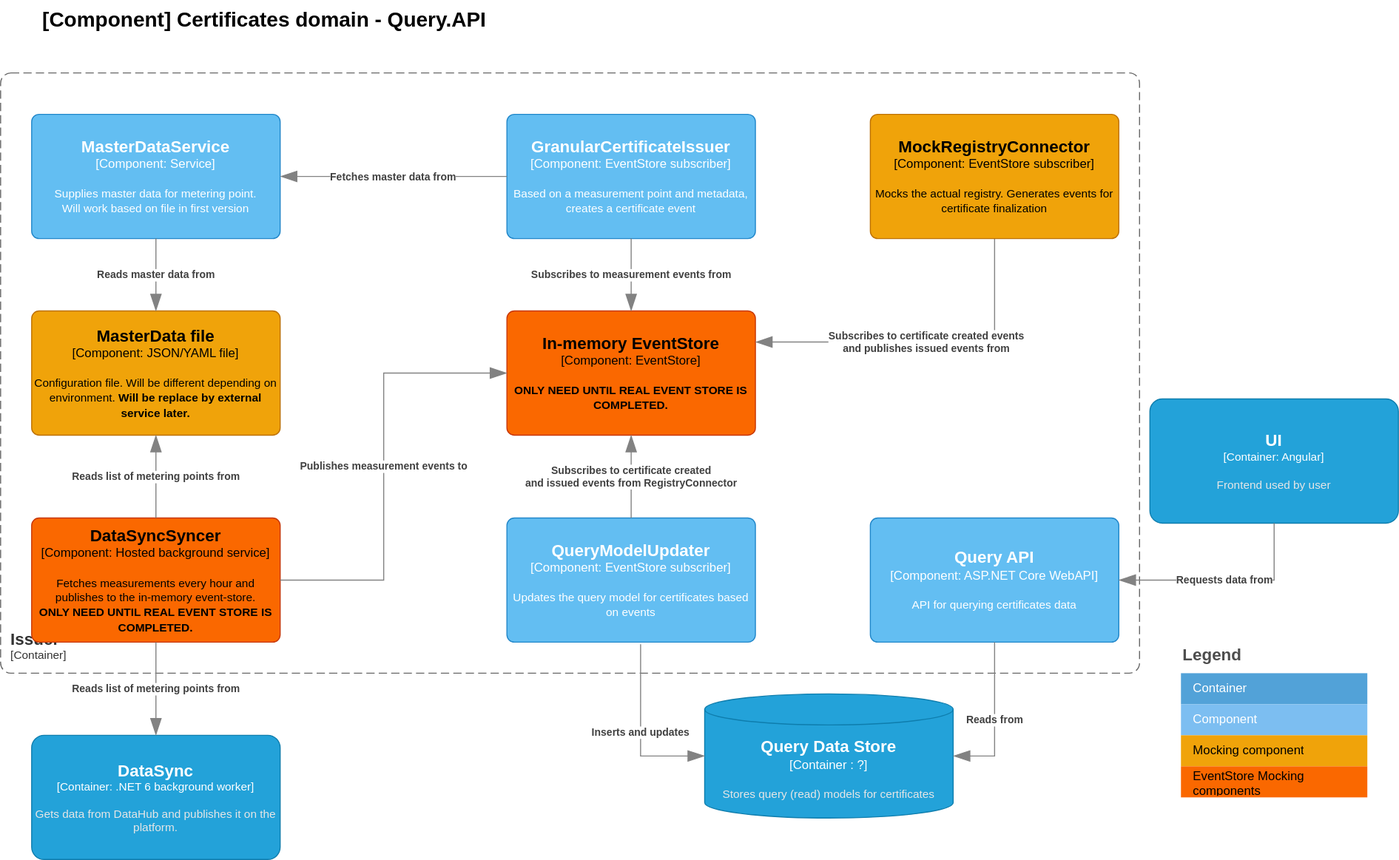
The draw.io diagram doc/architecture/diagrams/certificates.current.component.query.api.drawio.svg in Energinet-DataHub/energy-origin, before a commit. Source tidied: cells renumbered, new cells last; positions are measured from the earlier drawing's top-left corner, leaving out a move shared by most shapes.
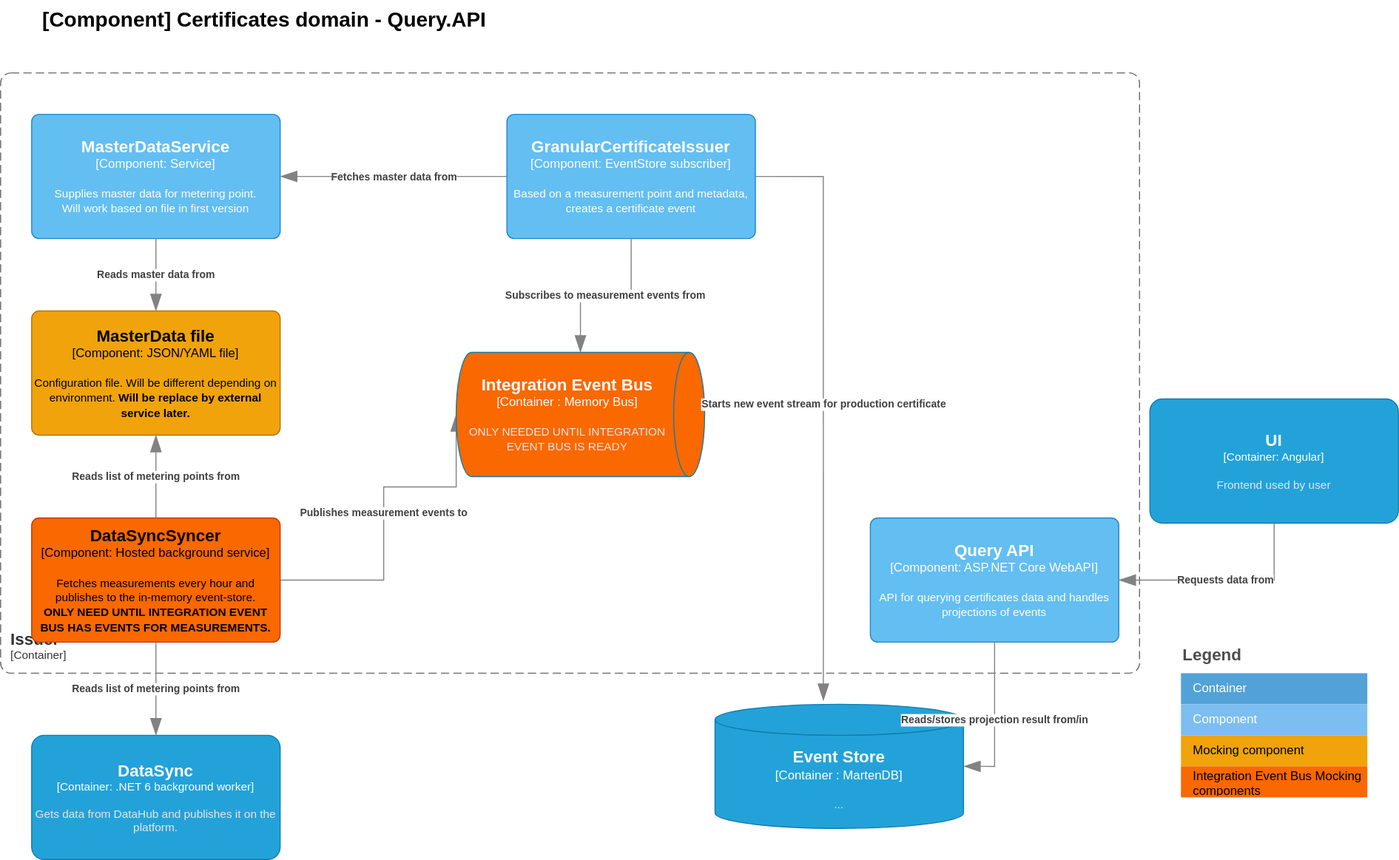
The same diagram one commit later.

Diff of the diagram source:
```diff
@@ -7,7 +7,7 @@
         <mxGeometry y="70" width="1100" height="580" as="geometry" />
       </mxCell>
     </object>
-    <object id="3" label="&lt;font style=&quot;font-size: 16px&quot;&gt;&lt;b&gt;%c4Name%&lt;/b&gt;&lt;/font&gt;&lt;div&gt;[%c4Type%: %c4Technology%]&lt;/div&gt;&lt;br&gt;&lt;div&gt;&lt;font style=&quot;font-size: 11px&quot;&gt;%c4Description%&lt;/font&gt;&lt;/div&gt;" c4Description="Fetches measurements every hour and publishes to the in-memory event-store.&#10;&lt;b&gt;ONLY NEED UNTIL REAL EVENT STORE IS COMPLETED. &lt;/b&gt;" c4Name="DataSyncSyncer" c4Technology="Hosted background service" c4Type="Component" placeholders="1">
+    <object id="3" label="&lt;font style=&quot;font-size: 16px&quot;&gt;&lt;b&gt;%c4Name%&lt;/b&gt;&lt;/font&gt;&lt;div&gt;[%c4Type%: %c4Technology%]&lt;/div&gt;&lt;br&gt;&lt;div&gt;&lt;font style=&quot;font-size: 11px&quot;&gt;%c4Description%&lt;/font&gt;&lt;/div&gt;" c4Description="Fetches measurements every hour and publishes to the in-memory event-store.&#10;&lt;b&gt;ONLY NEED UNTIL INTEGRATION EVENT BUS HAS EVENTS FOR MEASUREMENTS.&lt;/b&gt;" c4Name="DataSyncSyncer" c4Technology="Hosted background service" c4Type="Component" placeholders="1">
       <mxCell style="rounded=1;whiteSpace=wrap;html=1;labelBackgroundColor=none;fillColor=#fa6800;align=center;arcSize=6;strokeColor=#C73500;points=[[0.25,0,0],[0.5,0,0],[0.75,0,0],[1,0.25,0],[1,0.5,0],[1,0.75,0],[0.75,1,0],[0.5,1,0],[0.25,1,0],[0,0.75,0],[0,0.5,0],[0,0.25,0]];fontColor=#000000;" parent="1" vertex="1">
         <mxGeometry x="30" y="500" width="240" height="120" as="geometry" />
       </mxCell>
@@ -17,19 +17,9 @@
         <mxGeometry x="489" y="110" width="240" height="120" as="geometry" />
       </mxCell>
     </object>
-    <object id="5" label="&lt;font style=&quot;font-size: 16px&quot;&gt;&lt;b&gt;%c4Name%&lt;/b&gt;&lt;/font&gt;&lt;div&gt;[%c4Type%: %c4Technology%]&lt;/div&gt;&lt;br&gt;&lt;div&gt;&lt;font style=&quot;font-size: 11px&quot;&gt;%c4Description%&lt;/font&gt;&lt;/div&gt;" c4Description="&lt;b&gt;ONLY NEED UNTIL REAL EVENT STORE IS COMPLETED. &lt;/b&gt;" c4Name="In-memory EventStore" c4Technology="EventStore" c4Type="Component" placeholders="1">
-      <mxCell style="rounded=1;whiteSpace=wrap;html=1;labelBackgroundColor=none;fillColor=#fa6800;align=center;arcSize=6;strokeColor=#C73500;points=[[0.25,0,0],[0.5,0,0],[0.75,0,0],[1,0.25,0],[1,0.5,0],[1,0.75,0],[0.75,1,0],[0.5,1,0],[0.25,1,0],[0,0.75,0],[0,0.5,0],[0,0.25,0]];fontColor=#000000;" parent="1" vertex="1">
-        <mxGeometry x="489" y="300" width="240" height="120" as="geometry" />
-      </mxCell>
-    </object>
-    <object id="6" label="&lt;font style=&quot;font-size: 16px&quot;&gt;&lt;b&gt;%c4Name%&lt;/b&gt;&lt;/font&gt;&lt;div&gt;[%c4Type%: %c4Technology%]&lt;/div&gt;&lt;br&gt;&lt;div&gt;&lt;font style=&quot;font-size: 11px&quot;&gt;%c4Description%&lt;/font&gt;&lt;/div&gt;" c4Description="Updates the query model for certificates based on events" c4Name="QueryModelUpdater" c4Technology="EventStore subscriber" c4Type="Component" placeholders="1">
-      <mxCell style="rounded=1;whiteSpace=wrap;html=1;labelBackgroundColor=none;fillColor=#63BEF2;fontColor=#ffffff;align=center;arcSize=6;strokeColor=#2086C9;points=[[0.25,0,0],[0.5,0,0],[0.75,0,0],[1,0.25,0],[1,0.5,0],[1,0.75,0],[0.75,1,0],[0.5,1,0],[0.25,1,0],[0,0.75,0],[0,0.5,0],[0,0.25,0]];" parent="1" vertex="1">
-        <mxGeometry x="489" y="500" width="240" height="120" as="geometry" />
-      </mxCell>
-    </object>
-    <object id="7" label="&lt;font style=&quot;font-size: 16px&quot;&gt;&lt;b&gt;%c4Type%&lt;/font&gt;&lt;div&gt;[%c4Container%:&amp;nbsp;%c4Technology%]&lt;/div&gt;&lt;br&gt;&lt;div&gt;&lt;font style=&quot;font-size: 11px&quot;&gt;&lt;font color=&quot;#E6E6E6&quot;&gt;%c4Description%&lt;/font&gt;&lt;/div&gt;" c4Container="Container " c4Description="Stores query (read) models for certificates" c4Technology="?" c4Type="Query Data Store" placeholders="1">
+    <object id="7" label="&lt;font style=&quot;font-size: 16px&quot;&gt;&lt;b&gt;%c4Type%&lt;/font&gt;&lt;div&gt;[%c4Container%:&amp;nbsp;%c4Technology%]&lt;/div&gt;&lt;br&gt;&lt;div&gt;&lt;font style=&quot;font-size: 11px&quot;&gt;&lt;font color=&quot;#E6E6E6&quot;&gt;%c4Description%&lt;/font&gt;&lt;/div&gt;" c4Container="Container " c4Description="..." c4Technology="MartenDB" c4Type="Event Store" placeholders="1">
       <mxCell style="shape=cylinder3;size=15;whiteSpace=wrap;html=1;boundedLbl=1;rounded=0;labelBackgroundColor=none;fillColor=#23A2D9;fontSize=12;fontColor=#ffffff;align=center;strokeColor=#0E7DAD;points=[[0.5,0,0],[1,0.25,0],[1,0.5,0],[1,0.75,0],[0.5,1,0],[0,0.75,0],[0,0.5,0],[0,0.25,0]];" parent="1" vertex="1">
-        <mxGeometry x="680" y="670" width="240" height="120" as="geometry" />
+        <mxGeometry x="690" y="680" width="240" height="120" as="geometry" />
       </mxCell>
     </object>
     <object id="8" label="&lt;font style=&quot;font-size: 16px&quot;&gt;&lt;b&gt;%c4Name%&lt;/b&gt;&lt;/font&gt;&lt;div&gt;[%c4Type%: %c4Technology%]&lt;/div&gt;&lt;br&gt;&lt;div&gt;&lt;font style=&quot;font-size: 11px&quot;&gt;%c4Description%&lt;/font&gt;&lt;/div&gt;" c4Description="Supplies master data for metering point.&#10;Will work based on file in first version" c4Name="MasterDataService" c4Technology="Service" c4Type="Component" placeholders="1">
@@ -52,38 +42,23 @@
         <mxGeometry relative="1" as="geometry" />
       </mxCell>
     </object>
-    <object id="12" label="&lt;div style=&quot;text-align: left&quot;&gt;&lt;div style=&quot;text-align: center&quot;&gt;&lt;b&gt;%c4Description%&lt;/b&gt;&lt;/div&gt;" c4Description="Inserts and updates" c4Type="Relationship" placeholders="1">
-      <mxCell style="endArrow=blockThin;html=1;fontSize=10;fontColor=#404040;strokeWidth=1;endFill=1;strokeColor=#828282;elbow=vertical;endSize=14;startSize=14;jumpStyle=arc;jumpSize=16;rounded=0;edgeStyle=orthogonalEdgeStyle;exitX=0.538;exitY=1.017;exitDx=0;exitDy=0;exitPerimeter=0;entryX=0;entryY=0.5;entryDx=0;entryDy=0;entryPerimeter=0;" parent="1" edge="1" source="6" target="7">
-        <mxGeometry relative="1" as="geometry" />
-      </mxCell>
-    </object>
-    <object id="13" label="&lt;div style=&quot;text-align: left&quot;&gt;&lt;div style=&quot;text-align: center&quot;&gt;&lt;b&gt;%c4Description%&lt;/b&gt;&lt;/div&gt;" c4Description="Subscribes to certificate created &#10;and issued events from RegistryConnector" c4Type="Relationship" placeholders="1">
-      <mxCell style="endArrow=blockThin;html=1;fontSize=10;fontColor=#404040;strokeWidth=1;endFill=1;strokeColor=#828282;elbow=vertical;endSize=14;startSize=14;jumpStyle=arc;jumpSize=16;rounded=0;edgeStyle=orthogonalEdgeStyle;exitX=0.5;exitY=0;exitDx=0;exitDy=0;exitPerimeter=0;entryX=0.5;entryY=1;entryDx=0;entryDy=0;entryPerimeter=0;" parent="1" edge="1" source="6" target="5">
-        <mxGeometry relative="1" as="geometry" />
-      </mxCell>
-    </object>
     <object id="14" label="&lt;div style=&quot;text-align: left&quot;&gt;&lt;div style=&quot;text-align: center&quot;&gt;&lt;b&gt;%c4Description%&lt;/b&gt;&lt;/div&gt;" c4Description="Publishes measurement events to" c4Type="Relationship" placeholders="1">
-      <mxCell style="endArrow=blockThin;html=1;fontSize=10;fontColor=#404040;strokeWidth=1;endFill=1;strokeColor=#828282;elbow=vertical;endSize=14;startSize=14;jumpStyle=arc;jumpSize=16;rounded=0;edgeStyle=orthogonalEdgeStyle;exitX=1;exitY=0.5;exitDx=0;exitDy=0;exitPerimeter=0;" parent="1" edge="1" source="3" target="5">
+      <mxCell style="endArrow=blockThin;html=1;fontSize=10;fontColor=#404040;strokeWidth=1;endFill=1;strokeColor=#828282;elbow=vertical;endSize=14;startSize=14;jumpStyle=arc;jumpSize=16;rounded=0;edgeStyle=orthogonalEdgeStyle;exitX=1;exitY=0.5;exitDx=0;exitDy=0;exitPerimeter=0;entryX=0.5;entryY=1;entryDx=0;entryDy=0;entryPerimeter=0;" parent="1" edge="1" source="3" target="32">
         <mxGeometry relative="1" as="geometry">
           <Array as="points">
             <mxPoint x="370" y="560" />
-            <mxPoint x="370" y="360" />
+            <mxPoint x="370" y="470" />
           </Array>
         </mxGeometry>
       </mxCell>
     </object>
-    <object id="15" label="&lt;div style=&quot;text-align: left&quot;&gt;&lt;div style=&quot;text-align: center&quot;&gt;&lt;b&gt;%c4Description%&lt;/b&gt;&lt;/div&gt;" c4Description="Subscribes to certificate created events &#10;and publishes issued events from" c4Type="Relationship" placeholders="1">
-      <mxCell style="endArrow=blockThin;html=1;fontSize=10;fontColor=#404040;strokeWidth=1;endFill=1;strokeColor=#828282;elbow=vertical;endSize=14;startSize=14;jumpStyle=arc;jumpSize=16;rounded=0;edgeStyle=orthogonalEdgeStyle;entryX=1;entryY=0.25;entryDx=0;entryDy=0;entryPerimeter=0;exitX=0.5;exitY=1;exitDx=0;exitDy=0;exitPerimeter=0;" parent="1" edge="1" source="27" target="5">
-        <mxGeometry relative="1" as="geometry" />
-      </mxCell>
-    </object>
     <object id="16" label="&lt;div style=&quot;text-align: left&quot;&gt;&lt;div style=&quot;text-align: center&quot;&gt;&lt;b&gt;%c4Description%&lt;/b&gt;&lt;/div&gt;" c4Description="Fetches master data from" c4Type="Relationship" placeholders="1">
       <mxCell style="endArrow=blockThin;html=1;fontSize=10;fontColor=#404040;strokeWidth=1;endFill=1;strokeColor=#828282;elbow=vertical;endSize=14;startSize=14;jumpStyle=arc;jumpSize=16;rounded=0;edgeStyle=orthogonalEdgeStyle;exitX=0;exitY=0.5;exitDx=0;exitDy=0;exitPerimeter=0;entryX=1;entryY=0.5;entryDx=0;entryDy=0;entryPerimeter=0;" parent="1" edge="1" source="4" target="8">
         <mxGeometry relative="1" as="geometry" />
       </mxCell>
     </object>
     <object id="17" label="&lt;div style=&quot;text-align: left&quot;&gt;&lt;div style=&quot;text-align: center&quot;&gt;&lt;b&gt;%c4Description%&lt;/b&gt;&lt;/div&gt;" c4Description="Subscribes to measurement events from" c4Type="Relationship" placeholders="1">
-      <mxCell style="endArrow=blockThin;html=1;fontSize=10;fontColor=#404040;strokeWidth=1;endFill=1;strokeColor=#828282;elbow=vertical;endSize=14;startSize=14;jumpStyle=arc;jumpSize=16;rounded=0;edgeStyle=orthogonalEdgeStyle;exitX=0.5;exitY=1;exitDx=0;exitDy=0;exitPerimeter=0;entryX=0.5;entryY=0;entryDx=0;entryDy=0;entryPerimeter=0;" parent="1" edge="1" source="4" target="5">
+      <mxCell style="endArrow=blockThin;html=1;fontSize=10;fontColor=#404040;strokeWidth=1;endFill=1;strokeColor=#828282;elbow=vertical;endSize=14;startSize=14;jumpStyle=arc;jumpSize=16;rounded=0;edgeStyle=orthogonalEdgeStyle;exitX=0.5;exitY=1;exitDx=0;exitDy=0;exitPerimeter=0;entryX=0;entryY=0.5;entryDx=0;entryDy=0;entryPerimeter=0;" parent="1" edge="1" source="4" target="32">
         <mxGeometry relative="1" as="geometry" />
       </mxCell>
     </object>
@@ -117,20 +92,15 @@
     <mxCell id="25" value="&lt;span style=&quot;color: rgb(0 , 0 , 0)&quot;&gt;Mocking component&amp;nbsp;&lt;/span&gt;" style="shape=partialRectangle;html=1;whiteSpace=wrap;fillColor=#f0a30a;top=0;left=0;bottom=0;right=0;overflow=hidden;align=left;spacingLeft=10;fontColor=#000000;strokeColor=#BD7000;" parent="22" vertex="1">
       <mxGeometry y="60" width="180" height="30" as="geometry" />
     </mxCell>
-    <mxCell id="26" value="&lt;span style=&quot;color: rgb(0 , 0 , 0)&quot;&gt;EventStore Mocking components&lt;/span&gt;" style="shape=partialRectangle;html=1;whiteSpace=wrap;fillColor=#fa6800;top=0;left=0;bottom=0;right=0;overflow=hidden;align=left;spacingLeft=10;fontColor=#000000;strokeColor=#C73500;" parent="22" vertex="1">
+    <mxCell id="26" value="&lt;span style=&quot;color: rgb(0 , 0 , 0)&quot;&gt;Integration Event Bus Mocking components&lt;/span&gt;" style="shape=partialRectangle;html=1;whiteSpace=wrap;fillColor=#fa6800;top=0;left=0;bottom=0;right=0;overflow=hidden;align=left;spacingLeft=10;fontColor=#000000;strokeColor=#C73500;" parent="22" vertex="1">
       <mxGeometry y="90" width="180" height="30" as="geometry" />
     </mxCell>
-    <object id="27" label="&lt;font style=&quot;font-size: 16px&quot;&gt;&lt;b&gt;%c4Name%&lt;/b&gt;&lt;/font&gt;&lt;div&gt;[%c4Type%: %c4Technology%]&lt;/div&gt;&lt;br&gt;&lt;div&gt;&lt;font style=&quot;font-size: 11px&quot;&gt;%c4Description%&lt;/font&gt;&lt;/div&gt;" c4Description="Mocks the actual registry. Generates events for certificate finalization" c4Name="MockRegistryConnector" c4Technology="EventStore subscriber" c4Type="Component" placeholders="1">
-      <mxCell style="rounded=1;whiteSpace=wrap;html=1;labelBackgroundColor=none;fillColor=#f0a30a;align=center;arcSize=6;strokeColor=#BD7000;points=[[0.25,0,0],[0.5,0,0],[0.75,0,0],[1,0.25,0],[1,0.5,0],[1,0.75,0],[0.75,1,0],[0.5,1,0],[0.25,1,0],[0,0.75,0],[0,0.5,0],[0,0.25,0]];fontColor=#000000;" parent="1" vertex="1">
-        <mxGeometry x="840" y="110" width="240" height="120" as="geometry" />
-      </mxCell>
-    </object>
-    <object id="28" label="&lt;font style=&quot;font-size: 16px&quot;&gt;&lt;b&gt;%c4Name%&lt;/b&gt;&lt;/font&gt;&lt;div&gt;[%c4Type%: %c4Technology%]&lt;/div&gt;&lt;br&gt;&lt;div&gt;&lt;font style=&quot;font-size: 11px&quot;&gt;%c4Description%&lt;/font&gt;&lt;/div&gt;" c4Description="API for querying certificates data" c4Name="Query API" c4Technology="ASP.NET Core WebAPI" c4Type="Component" placeholders="1">
+    <object id="28" label="&lt;font style=&quot;font-size: 16px&quot;&gt;&lt;b&gt;%c4Name%&lt;/b&gt;&lt;/font&gt;&lt;div&gt;[%c4Type%: %c4Technology%]&lt;/div&gt;&lt;br&gt;&lt;div&gt;&lt;font style=&quot;font-size: 11px&quot;&gt;%c4Description%&lt;/font&gt;&lt;/div&gt;" c4Description="API for querying certificates data and handles projections of events" c4Name="Query API" c4Technology="ASP.NET Core WebAPI" c4Type="Component" placeholders="1">
       <mxCell style="rounded=1;whiteSpace=wrap;html=1;labelBackgroundColor=none;fillColor=#63BEF2;fontColor=#ffffff;align=center;arcSize=6;strokeColor=#2086C9;points=[[0.25,0,0],[0.5,0,0],[0.75,0,0],[1,0.25,0],[1,0.5,0],[1,0.75,0],[0.75,1,0],[0.5,1,0],[0.25,1,0],[0,0.75,0],[0,0.5,0],[0,0.25,0]];" parent="1" vertex="1">
         <mxGeometry x="840" y="500" width="240" height="120" as="geometry" />
       </mxCell>
     </object>
-    <object id="29" label="&lt;div style=&quot;text-align: left&quot;&gt;&lt;div style=&quot;text-align: center&quot;&gt;&lt;b&gt;%c4Description%&lt;/b&gt;&lt;/div&gt;" c4Description="Reads from" c4Type="Relationship" placeholders="1">
+    <object id="29" label="&lt;div style=&quot;text-align: left&quot;&gt;&lt;div style=&quot;text-align: center&quot;&gt;&lt;b&gt;%c4Description%&lt;/b&gt;&lt;/div&gt;" c4Description="Reads/stores projection result from/in" c4Type="Relationship" placeholders="1">
       <mxCell style="endArrow=blockThin;html=1;fontSize=10;fontColor=#404040;strokeWidth=1;endFill=1;strokeColor=#828282;elbow=vertical;endSize=14;startSize=14;jumpStyle=arc;jumpSize=16;rounded=0;edgeStyle=orthogonalEdgeStyle;exitX=0.5;exitY=1;exitDx=0;exitDy=0;exitPerimeter=0;entryX=1;entryY=0.5;entryDx=0;entryDy=0;entryPerimeter=0;" parent="1" edge="1" source="28" target="7">
         <mxGeometry relative="1" as="geometry" />
       </mxCell>
@@ -145,5 +115,15 @@
         <mxGeometry relative="1" as="geometry" />
       </mxCell>
     </object>
+    <object id="32" label="&lt;font style=&quot;font-size: 16px&quot;&gt;&lt;b&gt;%c4Type%&lt;/font&gt;&lt;div&gt;[%c4Container%:&amp;nbsp;%c4Technology%]&lt;/div&gt;&lt;br&gt;&lt;div&gt;&lt;font style=&quot;font-size: 11px&quot;&gt;&lt;font color=&quot;#E6E6E6&quot;&gt;%c4Description%&lt;/font&gt;&lt;/div&gt;" c4Container="Container " c4Description="ONLY NEEDED UNTIL INTEGRATION EVENT BUS IS READY" c4Technology="Memory Bus" c4Type="Integration Event Bus" placeholders="1">
+      <mxCell style="shape=cylinder3;size=15;direction=south;whiteSpace=wrap;html=1;boundedLbl=1;rounded=0;labelBackgroundColor=none;fillColor=#FA6800;fontSize=12;fontColor=#ffffff;align=center;strokeColor=#0E7DAD;points=[[0.5,0,0],[1,0.25,0],[1,0.5,0],[1,0.75,0],[0.5,1,0],[0,0.75,0],[0,0.5,0],[0,0.25,0]];" parent="1" vertex="1">
+        <mxGeometry x="440" y="340" width="240" height="120" as="geometry" />
+      </mxCell>
+    </object>
+    <object id="33" label="&lt;div style=&quot;text-align: left&quot;&gt;&lt;div style=&quot;text-align: center&quot;&gt;&lt;b&gt;%c4Description%&lt;/b&gt;&lt;/div&gt;" c4Description="Starts new event stream for production certificate" c4Type="Relationship" placeholders="1">
+      <mxCell style="endArrow=blockThin;html=1;fontSize=10;fontColor=#404040;strokeWidth=1;endFill=1;strokeColor=#828282;elbow=vertical;endSize=14;startSize=14;jumpStyle=arc;jumpSize=16;rounded=0;edgeStyle=orthogonalEdgeStyle;exitX=1;exitY=0.5;exitDx=0;exitDy=0;exitPerimeter=0;entryX=0.436;entryY=-0.029;entryDx=0;entryDy=0;entryPerimeter=0;" parent="1" edge="1" source="4" target="7">
+        <mxGeometry relative="1" as="geometry" />
+      </mxCell>
+    </object>
   </root>
 </mxGraphModel>
```
